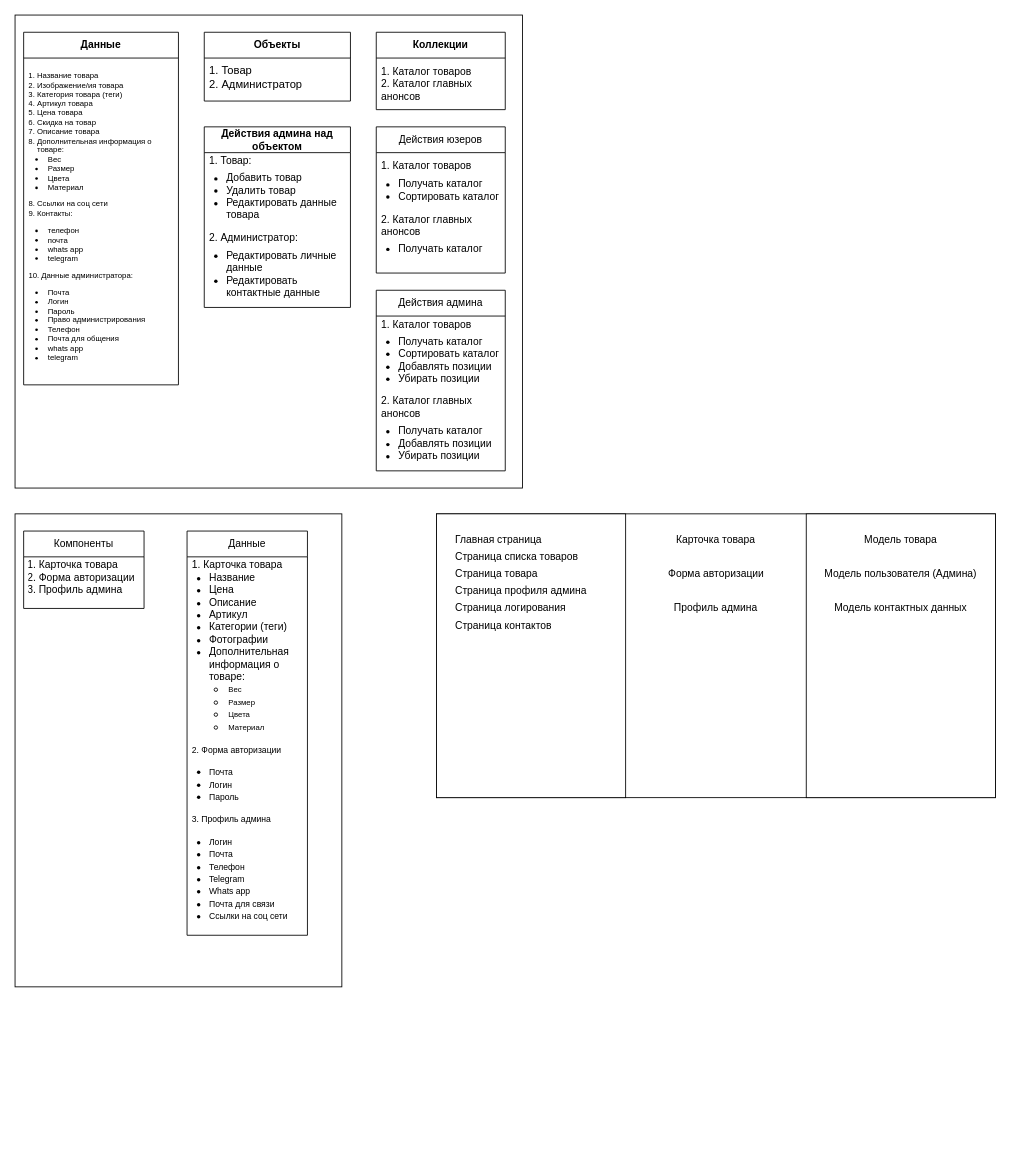
Above: margiana.drawio in FulgrimPhoenix/My-UML (draw.io), before the change. Source tidied: cells renumbered, new cells numbered last; positions are measured from the earlier drawing's top-left corner, leaving out a move shared by most shapes. Both pictures are drawn from the tidied source at 86%, with x=0, y=0 at pixel (15, 15).
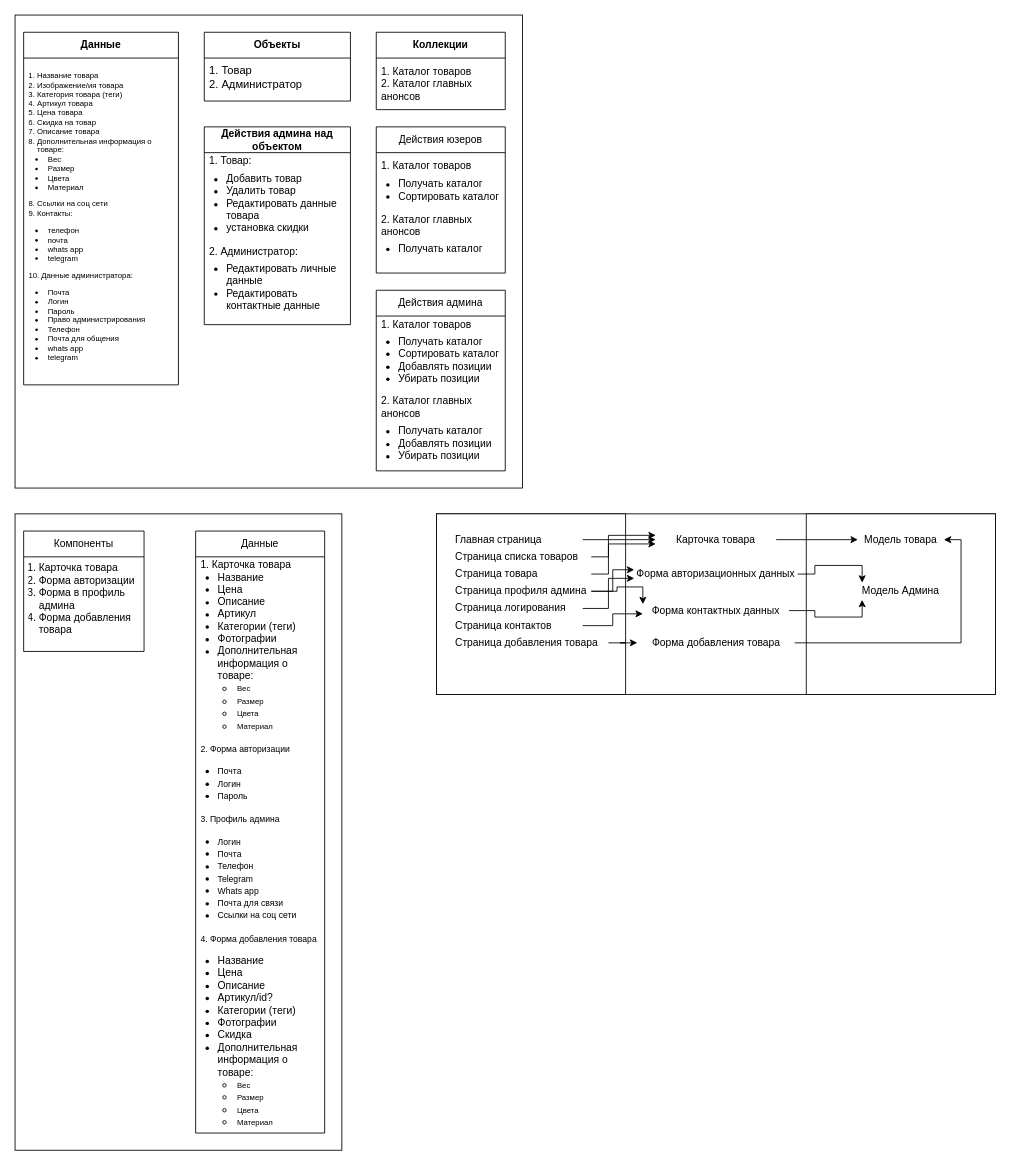
After the change.

Commit message:
Добавить взаимосвязь страниц и моделейmargiana.drawio

The change refers to these unchanged cells:
```xml
<mxCell id="23" value="&lt;span style=&quot;background-color: initial;&quot;&gt;Страница профиля админа&lt;/span&gt;" style="text;html=1;align=left;verticalAlign=middle;whiteSpace=wrap;rounded=0;" parent="1" vertex="1">
  <mxGeometry x="510" y="660" width="160" height="20" as="geometry" />
</mxCell>
<mxCell id="24" value="&lt;span style=&quot;&quot;&gt;Страница логирования&lt;/span&gt;" style="text;html=1;align=left;verticalAlign=middle;whiteSpace=wrap;rounded=0;" parent="1" vertex="1">
  <mxGeometry x="510" y="680" width="150" height="20" as="geometry" />
</mxCell>
<mxCell id="25" value="&lt;span style=&quot;background-color: initial;&quot;&gt;Страница товара&lt;/span&gt;" style="text;html=1;align=left;verticalAlign=middle;whiteSpace=wrap;rounded=0;" parent="1" vertex="1">
  <mxGeometry x="510" y="640" width="160" height="20" as="geometry" />
</mxCell>
<mxCell id="26" value="Страница списка товаров" style="text;html=1;align=left;verticalAlign=middle;whiteSpace=wrap;rounded=0;" parent="1" vertex="1">
  <mxGeometry x="510" y="620" width="160" height="20" as="geometry" />
</mxCell>
<mxCell id="27" value="Главная страница" style="text;html=1;align=left;verticalAlign=middle;whiteSpace=wrap;rounded=0;" parent="1" vertex="1">
  <mxGeometry x="510" y="600" width="150" height="20" as="geometry" />
</mxCell>
<mxCell id="28" value="Карточка товара" style="text;html=1;align=center;verticalAlign=middle;whiteSpace=wrap;rounded=0;" parent="1" vertex="1">
  <mxGeometry x="745" y="600" width="140" height="20" as="geometry" />
</mxCell>
<mxCell id="29" value="Модель товара" style="text;html=1;align=center;verticalAlign=middle;whiteSpace=wrap;rounded=0;" parent="1" vertex="1">
  <mxGeometry x="980" y="600" width="100" height="20" as="geometry" />
</mxCell>
<mxCell id="33" value="&lt;span style=&quot;&quot;&gt;Страница контактов&lt;/span&gt;" style="text;html=1;align=left;verticalAlign=middle;whiteSpace=wrap;rounded=0;" parent="1" vertex="1">
  <mxGeometry x="510" y="700" width="150" height="20" as="geometry" />
</mxCell>
```

Change to the diagram source:
```diff
@@
     <mxCell id="3" style="rounded=0;whiteSpace=wrap;html=1;" parent="1" vertex="1">
-      <mxGeometry y="580" width="380" height="550" as="geometry" />
+      <mxGeometry y="580" width="380" height="740" as="geometry" />
     </mxCell>
@@
     <mxCell id="10" value="&lt;b&gt;Действия админа над объектом&lt;/b&gt;" style="swimlane;fontStyle=0;horizontal=1;startSize=30;whiteSpace=wrap;html=1;" parent="1" vertex="1">
-      <mxGeometry x="220" y="130" width="170" height="210" as="geometry" />
+      <mxGeometry x="220" y="130" width="170" height="230" as="geometry" />
     </mxCell>
-    <mxCell id="11" value="&lt;span style=&quot;background-color: initial;&quot;&gt;1. Товар:&lt;/span&gt;&lt;div&gt;&lt;ul style=&quot;padding-left: 20px; margin-top: 6px;&quot;&gt;&lt;li&gt;Добавить товар&lt;/li&gt;&lt;li&gt;Удалить товар&lt;/li&gt;&lt;li&gt;Редактировать данные товара&lt;/li&gt;&lt;/ul&gt;2. Администратор:&lt;/div&gt;&lt;div&gt;&lt;ul style=&quot;padding-left: 20px; margin-top: 6px;&quot;&gt;&lt;li&gt;Редактировать личные данные&lt;/li&gt;&lt;li&gt;Редактировать контактные данные&amp;nbsp;&lt;/li&gt;&lt;/ul&gt;&lt;/div&gt;" style="text;strokeColor=none;fillColor=none;align=left;verticalAlign=middle;spacingLeft=4;spacingRight=4;overflow=hidden;whiteSpace=wrap;html=1;" parent="10" vertex="1">
-      <mxGeometry y="30" width="170" height="180" as="geometry" />
+    <mxCell id="11" value="&lt;span style=&quot;background-color: initial;&quot;&gt;1. Товар:&lt;/span&gt;&lt;div&gt;&lt;ul style=&quot;padding-left: 20px; margin-top: 6px;&quot;&gt;&lt;li&gt;Добавить товар&lt;/li&gt;&lt;li&gt;Удалить товар&lt;/li&gt;&lt;li&gt;Редактировать данные товара&lt;/li&gt;&lt;li&gt;установка скидки&lt;/li&gt;&lt;/ul&gt;2. Администратор:&lt;/div&gt;&lt;div&gt;&lt;ul style=&quot;padding-left: 20px; margin-top: 6px;&quot;&gt;&lt;li&gt;Редактировать личные данные&lt;/li&gt;&lt;li&gt;Редактировать контактные данные&amp;nbsp;&lt;/li&gt;&lt;/ul&gt;&lt;/div&gt;" style="text;strokeColor=none;fillColor=none;align=left;verticalAlign=middle;spacingLeft=4;spacingRight=4;overflow=hidden;whiteSpace=wrap;html=1;" parent="10" vertex="1">
+      <mxGeometry y="30" width="170" height="200" as="geometry" />
     </mxCell>
@@
     <mxCell id="16" value="Компоненты" style="swimlane;fontStyle=0;horizontal=1;startSize=30;whiteSpace=wrap;html=1;" parent="1" vertex="1">
-      <mxGeometry x="10" y="600" width="140" height="90" as="geometry" />
+      <mxGeometry x="10" y="600" width="140" height="140" as="geometry" />
     </mxCell>
-    <mxCell id="17" value="&lt;ol style=&quot;padding-left: 12px; margin-top: 0px;&quot;&gt;&lt;li&gt;Карточка товара&lt;/li&gt;&lt;li&gt;Форма авторизации&lt;/li&gt;&lt;li&gt;Профиль админа&lt;/li&gt;&lt;/ol&gt;" style="text;strokeColor=none;fillColor=none;align=left;verticalAlign=middle;spacingLeft=4;spacingRight=4;overflow=hidden;whiteSpace=wrap;html=1;" parent="16" vertex="1">
-      <mxGeometry y="30" width="140" height="60" as="geometry" />
+    <mxCell id="17" value="&lt;ol style=&quot;padding-left: 12px; margin-top: 0px;&quot;&gt;&lt;li&gt;Карточка товара&lt;/li&gt;&lt;li&gt;Форма авторизации&lt;/li&gt;&lt;li&gt;Форма в профиль админа&lt;/li&gt;&lt;li&gt;Форма добавления товара&lt;/li&gt;&lt;/ol&gt;" style="text;strokeColor=none;fillColor=none;align=left;verticalAlign=middle;spacingLeft=4;spacingRight=4;overflow=hidden;whiteSpace=wrap;html=1;" parent="16" vertex="1">
+      <mxGeometry y="30" width="140" height="110" as="geometry" />
     </mxCell>
     <mxCell id="18" value="Данные" style="swimlane;fontStyle=0;horizontal=1;startSize=30;whiteSpace=wrap;html=1;" parent="1" vertex="1">
-      <mxGeometry x="200" y="600" width="140" height="470" as="geometry" />
+      <mxGeometry x="210" y="600" width="150" height="700" as="geometry" />
     </mxCell>
-    <mxCell id="19" value="1. Карточка товара&lt;div&gt;&lt;ul style=&quot;padding-left: 20px; margin-top: 0px;&quot;&gt;&lt;li&gt;Название&lt;/li&gt;&lt;li&gt;Цена&lt;/li&gt;&lt;li&gt;Описание&lt;/li&gt;&lt;li&gt;Артикул&lt;/li&gt;&lt;li&gt;Категории (теги)&lt;/li&gt;&lt;li&gt;Фотографии&lt;/li&gt;&lt;li&gt;Дополнительная информация о товаре:&lt;/li&gt;&lt;ul style=&quot;padding-left: 20px;&quot;&gt;&lt;li&gt;&lt;span style=&quot;background-color: initial; font-size: 9px;&quot;&gt;&amp;nbsp;Вес&lt;/span&gt;&lt;/li&gt;&lt;li&gt;&lt;span style=&quot;background-color: initial; font-size: 9px;&quot;&gt;&amp;nbsp;Размер&lt;/span&gt;&lt;/li&gt;&lt;li&gt;&lt;span style=&quot;background-color: initial; font-size: 9px;&quot;&gt;&amp;nbsp;Цвета&lt;/span&gt;&lt;/li&gt;&lt;li&gt;&lt;span style=&quot;background-color: initial; font-size: 9px;&quot;&gt;&amp;nbsp;Материал&lt;/span&gt;&lt;/li&gt;&lt;/ul&gt;&lt;/ul&gt;&lt;div&gt;&lt;font size=&quot;1&quot;&gt;2. Форма авторизации&lt;/font&gt;&lt;/div&gt;&lt;/div&gt;&lt;div&gt;&lt;ul style=&quot;padding-left: 20px;&quot;&gt;&lt;li&gt;&lt;font size=&quot;1&quot;&gt;Почта&lt;/font&gt;&lt;/li&gt;&lt;li&gt;&lt;font size=&quot;1&quot;&gt;Логин&lt;/font&gt;&lt;/li&gt;&lt;li&gt;&lt;font size=&quot;1&quot;&gt;Пароль&lt;/font&gt;&lt;/li&gt;&lt;/ul&gt;&lt;div&gt;&lt;font size=&quot;1&quot;&gt;3. Профиль админа&lt;/font&gt;&lt;/div&gt;&lt;/div&gt;&lt;div&gt;&lt;ul style=&quot;padding-left: 20px;&quot;&gt;&lt;li&gt;&lt;font size=&quot;1&quot;&gt;Логин&lt;/font&gt;&lt;/li&gt;&lt;li&gt;&lt;font size=&quot;1&quot;&gt;Почта&lt;/font&gt;&lt;/li&gt;&lt;li&gt;&lt;font size=&quot;1&quot;&gt;Телефон&lt;/font&gt;&lt;/li&gt;&lt;li&gt;&lt;font size=&quot;1&quot;&gt;Telegram&lt;/font&gt;&lt;/li&gt;&lt;li&gt;&lt;font size=&quot;1&quot;&gt;Whats app&lt;/font&gt;&lt;/li&gt;&lt;li&gt;&lt;font size=&quot;1&quot;&gt;Почта для связи&lt;/font&gt;&lt;/li&gt;&lt;li&gt;&lt;font size=&quot;1&quot;&gt;Ссылки на соц сети&lt;/font&gt;&lt;/li&gt;&lt;/ul&gt;&lt;/div&gt;" style="text;strokeColor=none;fillColor=none;align=left;verticalAlign=middle;spacingLeft=4;spacingRight=4;overflow=hidden;whiteSpace=wrap;html=1;" parent="18" vertex="1">
-      <mxGeometry y="30" width="140" height="440" as="geometry" />
+    <mxCell id="19" value="1. Карточка товара&lt;div&gt;&lt;ul style=&quot;padding-left: 20px; margin-top: 0px;&quot;&gt;&lt;li&gt;Название&lt;/li&gt;&lt;li&gt;Цена&lt;/li&gt;&lt;li&gt;Описание&lt;/li&gt;&lt;li&gt;Артикул&lt;/li&gt;&lt;li&gt;Категории (теги)&lt;/li&gt;&lt;li&gt;Фотографии&lt;/li&gt;&lt;li&gt;Дополнительная информация о товаре:&lt;/li&gt;&lt;ul style=&quot;padding-left: 20px;&quot;&gt;&lt;li&gt;&lt;span style=&quot;background-color: initial; font-size: 9px;&quot;&gt;&amp;nbsp;Вес&lt;/span&gt;&lt;/li&gt;&lt;li&gt;&lt;span style=&quot;background-color: initial; font-size: 9px;&quot;&gt;&amp;nbsp;Размер&lt;/span&gt;&lt;/li&gt;&lt;li&gt;&lt;span style=&quot;background-color: initial; font-size: 9px;&quot;&gt;&amp;nbsp;Цвета&lt;/span&gt;&lt;/li&gt;&lt;li&gt;&lt;span style=&quot;background-color: initial; font-size: 9px;&quot;&gt;&amp;nbsp;Материал&lt;/span&gt;&lt;/li&gt;&lt;/ul&gt;&lt;/ul&gt;&lt;div&gt;&lt;font size=&quot;1&quot;&gt;2. Форма авторизации&lt;/font&gt;&lt;/div&gt;&lt;/div&gt;&lt;div&gt;&lt;ul style=&quot;padding-left: 20px;&quot;&gt;&lt;li&gt;&lt;font size=&quot;1&quot;&gt;Почта&lt;/font&gt;&lt;/li&gt;&lt;li&gt;&lt;font size=&quot;1&quot;&gt;Логин&lt;/font&gt;&lt;/li&gt;&lt;li&gt;&lt;font size=&quot;1&quot;&gt;Пароль&lt;/font&gt;&lt;/li&gt;&lt;/ul&gt;&lt;div&gt;&lt;font size=&quot;1&quot;&gt;3. Профиль админа&lt;/font&gt;&lt;/div&gt;&lt;/div&gt;&lt;div&gt;&lt;ul style=&quot;padding-left: 20px;&quot;&gt;&lt;li&gt;&lt;font size=&quot;1&quot;&gt;Логин&lt;/font&gt;&lt;/li&gt;&lt;li&gt;&lt;font size=&quot;1&quot;&gt;Почта&lt;/font&gt;&lt;/li&gt;&lt;li&gt;&lt;font size=&quot;1&quot;&gt;Телефон&lt;/font&gt;&lt;/li&gt;&lt;li&gt;&lt;font size=&quot;1&quot;&gt;Telegram&lt;/font&gt;&lt;/li&gt;&lt;li&gt;&lt;font size=&quot;1&quot;&gt;Whats app&lt;/font&gt;&lt;/li&gt;&lt;li&gt;&lt;font size=&quot;1&quot;&gt;Почта для связи&lt;/font&gt;&lt;/li&gt;&lt;li&gt;&lt;font size=&quot;1&quot;&gt;Ссылки на соц сети&lt;/font&gt;&lt;/li&gt;&lt;/ul&gt;&lt;div&gt;&lt;font size=&quot;1&quot;&gt;4. Форма добавления товара&lt;/font&gt;&lt;/div&gt;&lt;/div&gt;&lt;div&gt;&lt;ul style=&quot;padding-left: 20px;&quot;&gt;&lt;li&gt;Название&lt;/li&gt;&lt;li&gt;Цена&lt;/li&gt;&lt;li&gt;Описание&lt;/li&gt;&lt;li&gt;Артикул/id?&lt;/li&gt;&lt;li&gt;Категории (теги)&lt;/li&gt;&lt;li&gt;Фотографии&lt;/li&gt;&lt;li&gt;Скидка&lt;/li&gt;&lt;li&gt;Дополнительная информация о товаре:&lt;/li&gt;&lt;ul style=&quot;padding-left: 20px;&quot;&gt;&lt;li&gt;&lt;span style=&quot;background-color: initial; font-size: 9px;&quot;&gt;&amp;nbsp;Вес&lt;/span&gt;&lt;/li&gt;&lt;li&gt;&lt;span style=&quot;background-color: initial; font-size: 9px;&quot;&gt;&amp;nbsp;Размер&lt;/span&gt;&lt;/li&gt;&lt;li&gt;&lt;span style=&quot;background-color: initial; font-size: 9px;&quot;&gt;&amp;nbsp;Цвета&lt;/span&gt;&lt;/li&gt;&lt;li&gt;&lt;span style=&quot;background-color: initial; font-size: 9px;&quot;&gt;&amp;nbsp;Материал&lt;/span&gt;&lt;/li&gt;&lt;/ul&gt;&lt;/ul&gt;&lt;/div&gt;" style="text;strokeColor=none;fillColor=none;align=left;verticalAlign=middle;spacingLeft=4;spacingRight=4;overflow=hidden;whiteSpace=wrap;html=1;" parent="18" vertex="1">
+      <mxGeometry y="30" width="150" height="670" as="geometry" />
     </mxCell>
     <mxCell id="20" style="rounded=0;whiteSpace=wrap;html=1;" parent="1" vertex="1">
-      <mxGeometry x="490" y="580" width="650" height="330" as="geometry" />
+      <mxGeometry x="490" y="580" width="650" height="210" as="geometry" />
     </mxCell>
     <mxCell id="21" style="rounded=0;whiteSpace=wrap;html=1;align=left;" parent="1" vertex="1">
-      <mxGeometry x="490" y="580" width="220" height="330" as="geometry" />
+      <mxGeometry x="490" y="580" width="220" height="210" as="geometry" />
     </mxCell>
     <mxCell id="22" style="rounded=0;whiteSpace=wrap;html=1;" parent="1" vertex="1">
-      <mxGeometry x="920" y="580" width="220" height="330" as="geometry" />
+      <mxGeometry x="920" y="580" width="220" height="210" as="geometry" />
     </mxCell>
+    <mxCell id="35" style="edgeStyle=orthogonalEdgeStyle;rounded=0;jettySize=auto;html=1;entryX=0;entryY=0.25;entryDx=0;entryDy=0;" parent="1" edge="1" source="23" target="30">
+      <mxGeometry relative="1" as="geometry" />
+    </mxCell>
+    <mxCell id="36" style="edgeStyle=orthogonalEdgeStyle;rounded=0;jettySize=auto;html=1;entryX=0;entryY=0;entryDx=0;entryDy=0;" parent="1" edge="1" source="23" target="32">
+      <mxGeometry relative="1" as="geometry" />
+    </mxCell>
@@
+    <mxCell id="37" style="edgeStyle=orthogonalEdgeStyle;rounded=0;jettySize=auto;html=1;entryX=0;entryY=0.75;entryDx=0;entryDy=0;" parent="1" edge="1" source="24" target="30">
+      <mxGeometry relative="1" as="geometry" />
+    </mxCell>
@@
+    <mxCell id="38" style="edgeStyle=orthogonalEdgeStyle;rounded=0;jettySize=auto;html=1;entryX=0;entryY=0.25;entryDx=0;entryDy=0;" parent="1" edge="1" source="25" target="28">
+      <mxGeometry relative="1" as="geometry">
+        <Array as="points">
+          <mxPoint x="690" y="650" />
+          <mxPoint x="690" y="605" />
+        </Array>
+      </mxGeometry>
+    </mxCell>
@@
+    <mxCell id="39" style="edgeStyle=orthogonalEdgeStyle;rounded=0;jettySize=auto;html=1;entryX=0;entryY=0.75;entryDx=0;entryDy=0;" parent="1" edge="1" source="26" target="28">
+      <mxGeometry relative="1" as="geometry">
+        <Array as="points">
+          <mxPoint x="690" y="630" />
+          <mxPoint x="690" y="615" />
+        </Array>
+      </mxGeometry>
+    </mxCell>
@@
+    <mxCell id="40" style="edgeStyle=orthogonalEdgeStyle;rounded=0;jettySize=auto;html=1;entryX=0;entryY=0.5;entryDx=0;entryDy=0;" parent="1" edge="1" source="27" target="28">
+      <mxGeometry relative="1" as="geometry" />
+    </mxCell>
@@
+    <mxCell id="41" style="edgeStyle=orthogonalEdgeStyle;rounded=0;jettySize=auto;html=1;entryX=0;entryY=0.5;entryDx=0;entryDy=0;" parent="1" edge="1" source="28" target="29">
+      <mxGeometry relative="1" as="geometry" />
+    </mxCell>
@@
+    <mxCell id="42" style="edgeStyle=orthogonalEdgeStyle;rounded=0;jettySize=auto;html=1;entryX=0.25;entryY=0;entryDx=0;entryDy=0;" parent="1" edge="1" source="30" target="31">
+      <mxGeometry relative="1" as="geometry" />
+    </mxCell>
-    <mxCell id="30" value="Форма авторизации" style="text;html=1;align=center;verticalAlign=middle;whiteSpace=wrap;rounded=0;" parent="1" vertex="1">
-      <mxGeometry x="757.5" y="640" width="115" height="20" as="geometry" />
+    <mxCell id="30" value="Форма авторизационных данных" style="text;html=1;align=center;verticalAlign=middle;whiteSpace=wrap;rounded=0;" parent="1" vertex="1">
+      <mxGeometry x="720" y="640" width="190" height="20" as="geometry" />
     </mxCell>
-    <mxCell id="31" value="Модель пользователя (Админа)" style="text;html=1;align=center;verticalAlign=middle;whiteSpace=wrap;rounded=0;" parent="1" vertex="1">
-      <mxGeometry x="940" y="640" width="180" height="20" as="geometry" />
+    <mxCell id="31" value="Модель Админа" style="text;html=1;align=center;verticalAlign=middle;whiteSpace=wrap;rounded=0;" parent="1" vertex="1">
+      <mxGeometry x="940" y="660" width="180" height="20" as="geometry" />
     </mxCell>
+    <mxCell id="43" style="edgeStyle=orthogonalEdgeStyle;rounded=0;jettySize=auto;html=1;entryX=0.25;entryY=1;entryDx=0;entryDy=0;" parent="1" edge="1" source="32" target="31">
+      <mxGeometry relative="1" as="geometry">
+        <Array as="points">
+          <mxPoint x="930" y="693" />
+          <mxPoint x="930" y="700" />
+          <mxPoint x="985" y="700" />
+        </Array>
+      </mxGeometry>
+    </mxCell>
-    <mxCell id="32" value="Профиль админа" style="text;html=1;align=center;verticalAlign=middle;whiteSpace=wrap;rounded=0;" parent="1" vertex="1">
-      <mxGeometry x="740" y="682.5" width="150" height="15" as="geometry" />
+    <mxCell id="32" value="Форма контактных данных" style="text;html=1;align=center;verticalAlign=middle;whiteSpace=wrap;rounded=0;" parent="1" vertex="1">
+      <mxGeometry x="730" y="685" width="170" height="15" as="geometry" />
     </mxCell>
+    <mxCell id="44" style="edgeStyle=orthogonalEdgeStyle;rounded=0;jettySize=auto;html=1;entryX=0;entryY=0.75;entryDx=0;entryDy=0;" parent="1" edge="1" source="33" target="32">
+      <mxGeometry relative="1" as="geometry" />
+    </mxCell>
@@
-    <mxCell id="34" value="Модель контактных данных" style="text;html=1;align=center;verticalAlign=middle;whiteSpace=wrap;rounded=0;" parent="1" vertex="1">
-      <mxGeometry x="945" y="680" width="170" height="20" as="geometry" />
-    </mxCell>
+    <mxCell id="45" style="edgeStyle=orthogonalEdgeStyle;rounded=0;jettySize=auto;html=1;" parent="1" edge="1" source="46" target="48">
+      <mxGeometry relative="1" as="geometry" />
+    </mxCell>
+    <mxCell id="46" value="&lt;span style=&quot;&quot;&gt;Страница добавления товара&lt;/span&gt;" style="text;html=1;align=left;verticalAlign=middle;whiteSpace=wrap;rounded=0;" parent="1" vertex="1">
+      <mxGeometry x="510" y="720" width="180" height="20" as="geometry" />
+    </mxCell>
+    <mxCell id="47" style="edgeStyle=orthogonalEdgeStyle;rounded=0;jettySize=auto;html=1;entryX=1;entryY=0.5;entryDx=0;entryDy=0;" parent="1" edge="1" source="48" target="29">
+      <mxGeometry relative="1" as="geometry" />
+    </mxCell>
+    <mxCell id="48" value="&lt;span style=&quot;text-align: left; background-color: initial;&quot;&gt;Форма добавления товара&lt;/span&gt;" style="text;html=1;align=center;verticalAlign=middle;whiteSpace=wrap;rounded=0;" parent="1" vertex="1">
+      <mxGeometry x="723.5" y="715" width="183" height="30" as="geometry" />
+    </mxCell>
```
